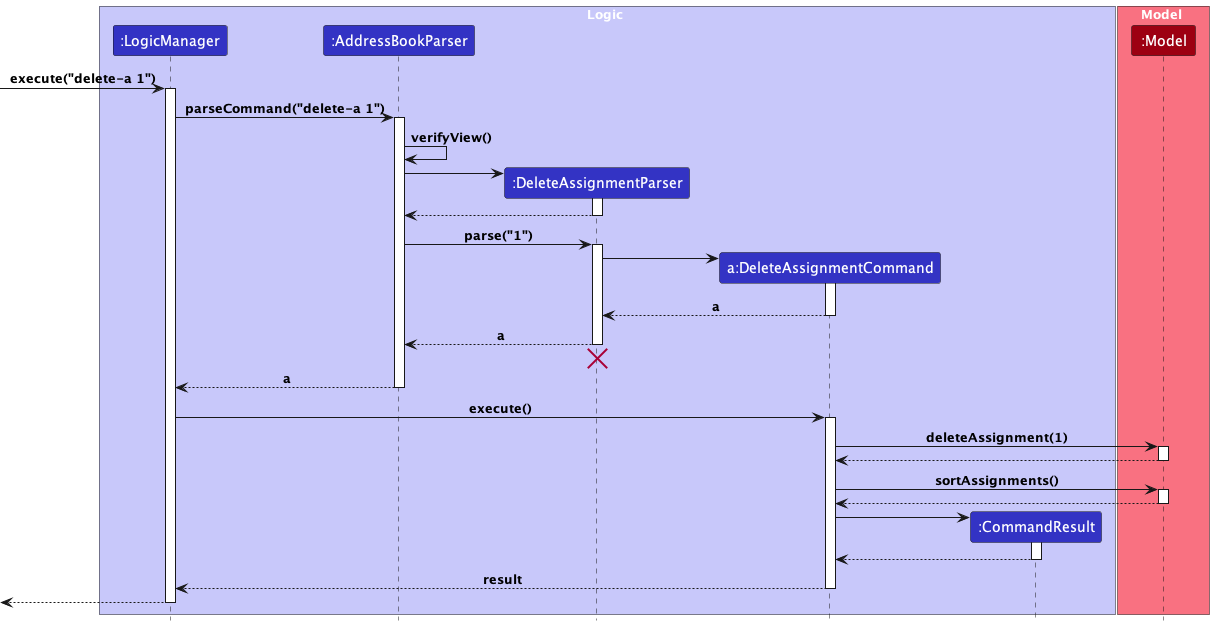
The PlantUML diagram docs/images/DeleteAssignmentSeq.png in seewhyjay/tp, before a commit.
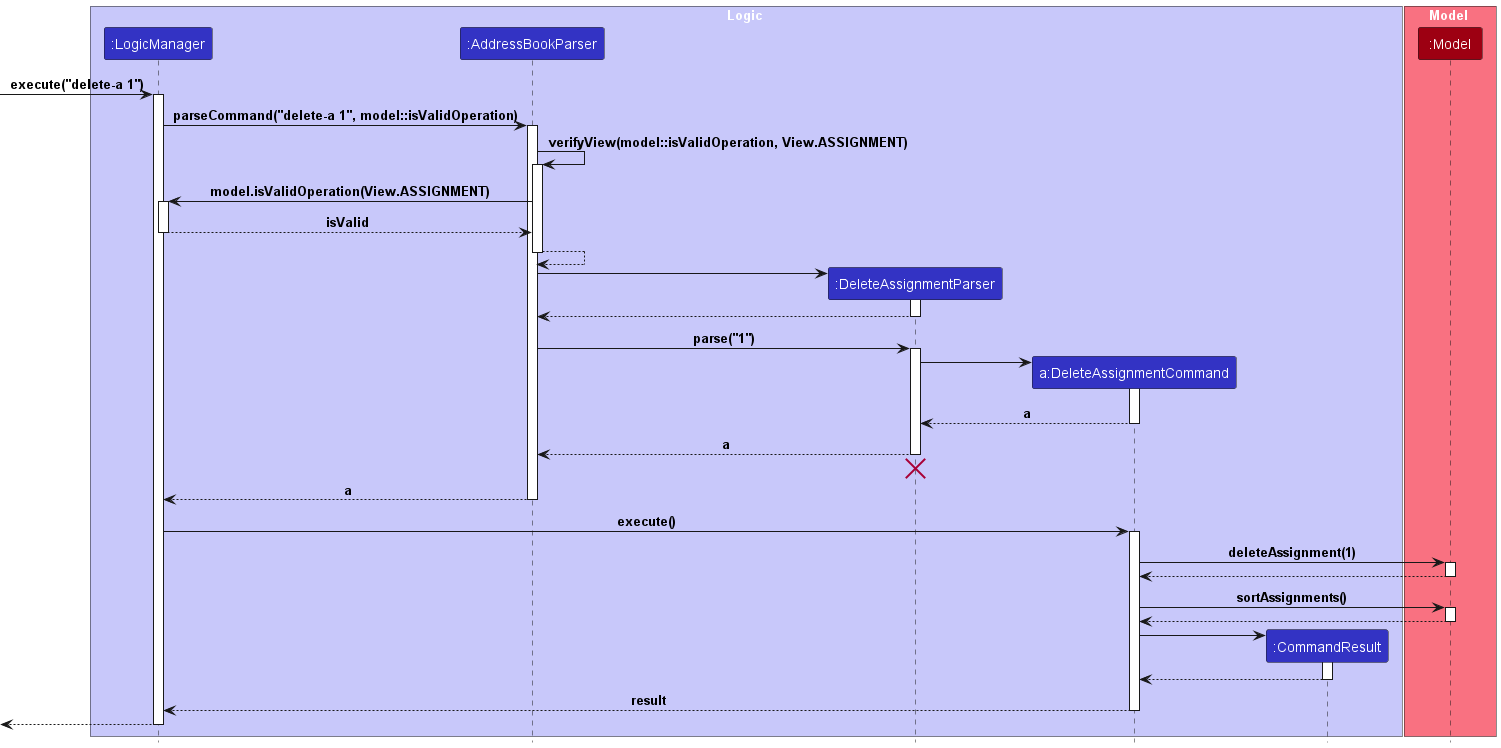
Later version of the same file.

What changed in the source:
```diff
@@ -16,10 +16,23 @@
 [-> LogicManager : execute("delete-a 1")
 activate LogicManager
 
-LogicManager -> AddressBookParser : parseCommand("delete-a 1")
+LogicManager -> AddressBookParser : parseCommand("delete-a 1", model::isValidOperation)
 activate AddressBookParser
 
-AddressBookParser -> AddressBookParser : verifyView()
+AddressBookParser -> AddressBookParser : verifyView(model::isValidOperation, View.ASSIGNMENT)
+activate AddressBookParser
+
+AddressBookParser -> LogicManager : model.isValidOperation(View.ASSIGNMENT)
+activate LogicManager
+
+LogicManager --> AddressBookParser : isValid
+deactivate LogicManager
+
+AddressBookParser --> AddressBookParser
+
+deactivate AddressBookParser
+
+
 
 create DeleteAssignmentParser
 AddressBookParser -> DeleteAssignmentParser
```
